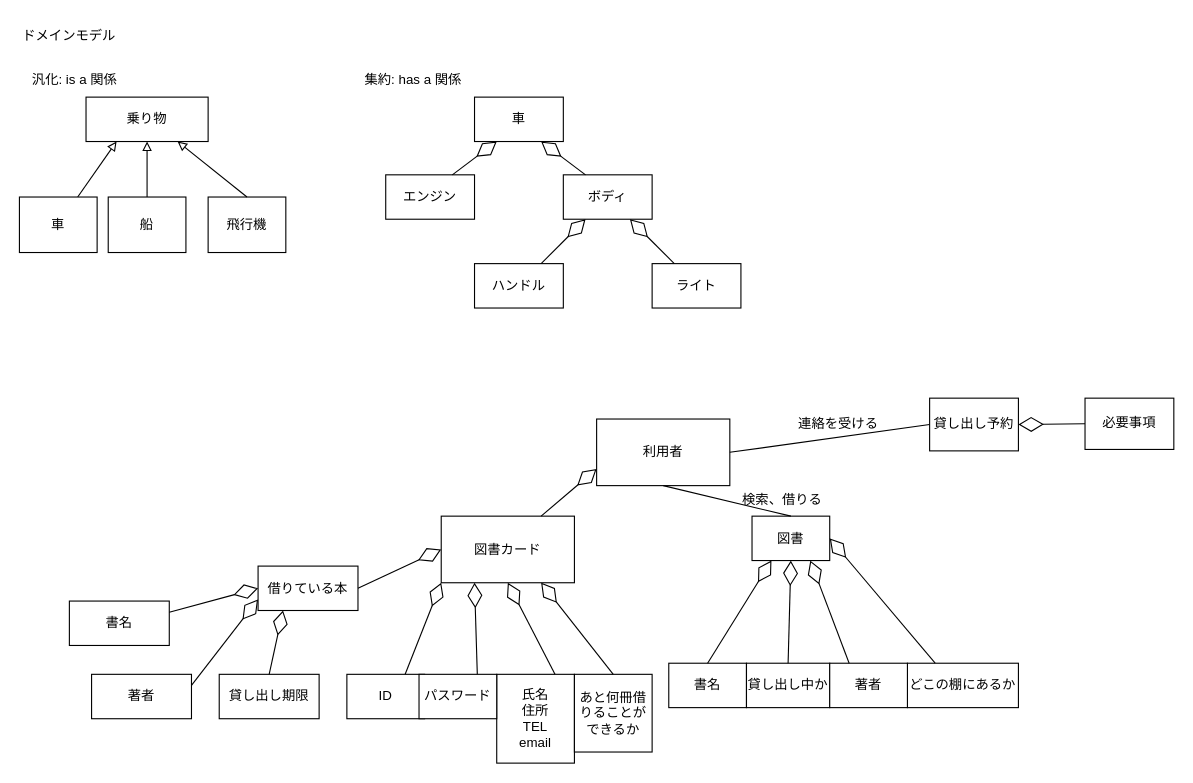
kmm2459342/ohara_uml keeps this draw.io diagram as 図書2.drawio. Above is the earlier version. Source tidied: cells renumbered, new cells numbered last; positions are measured from the earlier drawing's top-left corner, leaving out a move shared by most shapes. Both pictures are drawn from the tidied source at 111%, with x=0, y=0 at pixel (19, 19).
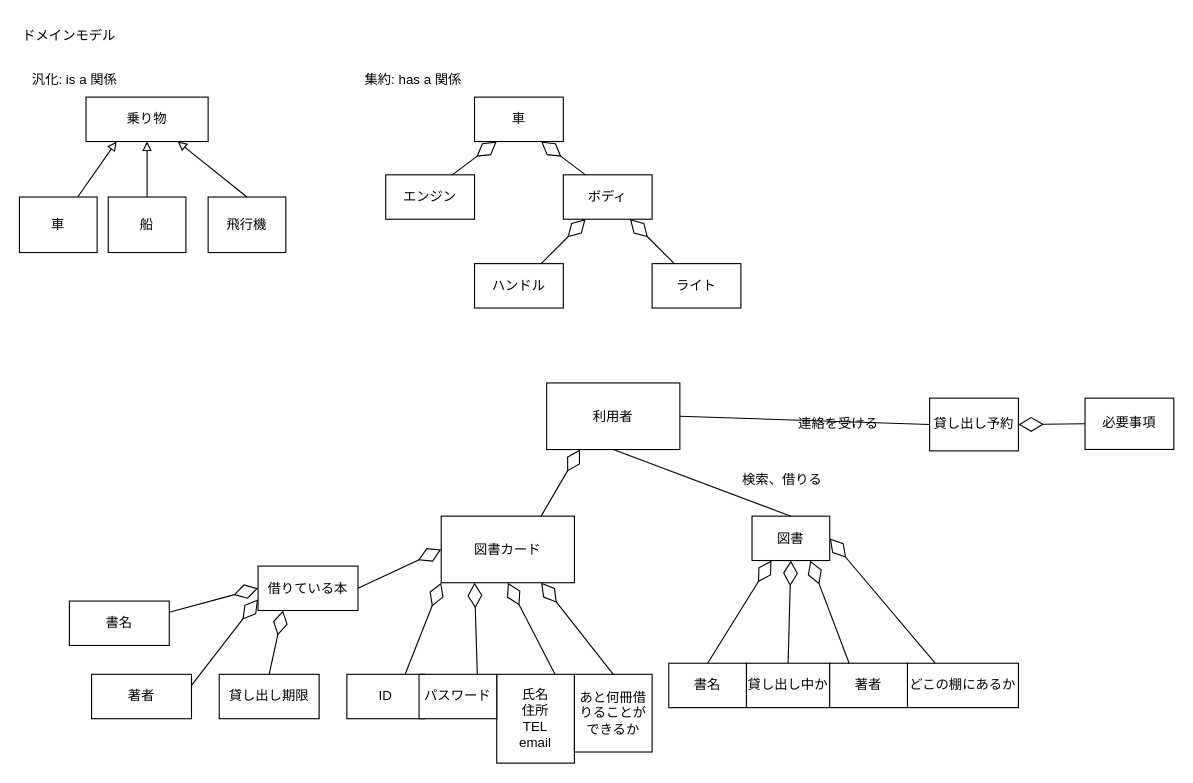
The same page after the edit.

Unchanged cells that the change refers to:
```xml
<mxCell id="22" value="図書カード" style="rounded=0;whiteSpace=wrap;html=1;" parent="1" vertex="1">
  <mxGeometry x="380" y="447.5" width="120" height="60" as="geometry" />
</mxCell>
```

Change to the diagram source:
```diff
@@
     <mxCell id="23" value="利用者" style="rounded=0;whiteSpace=wrap;html=1;" parent="1" vertex="1">
-      <mxGeometry x="520" y="360" width="120" height="60" as="geometry" />
+      <mxGeometry x="475" y="327.5" width="120" height="60" as="geometry" />
     </mxCell>
@@
-    <mxCell id="25" style="endArrow=diamondThin;html=1;rounded=0;endSize=20;endFill=0;exitX=0.75;exitY=0;exitDx=0;exitDy=0;entryX=0;entryY=0.75;entryDx=0;entryDy=0;" parent="1" edge="1" source="22" target="23">
+    <mxCell id="25" style="endArrow=diamondThin;html=1;rounded=0;endSize=20;endFill=0;exitX=0.75;exitY=0;exitDx=0;exitDy=0;entryX=0.25;entryY=1;entryDx=0;entryDy=0;" parent="1" edge="1" source="22" target="23">
       <mxGeometry relative="1" as="geometry" />
     </mxCell>
@@
     <mxCell id="42" value="検索、借りる" style="text;html=1;align=center;verticalAlign=middle;whiteSpace=wrap;rounded=0;" parent="1" vertex="1">
-      <mxGeometry x="650" y="417.5" width="75" height="30" as="geometry" />
+      <mxGeometry x="650" y="400" width="75" height="30" as="geometry" />
     </mxCell>
```
